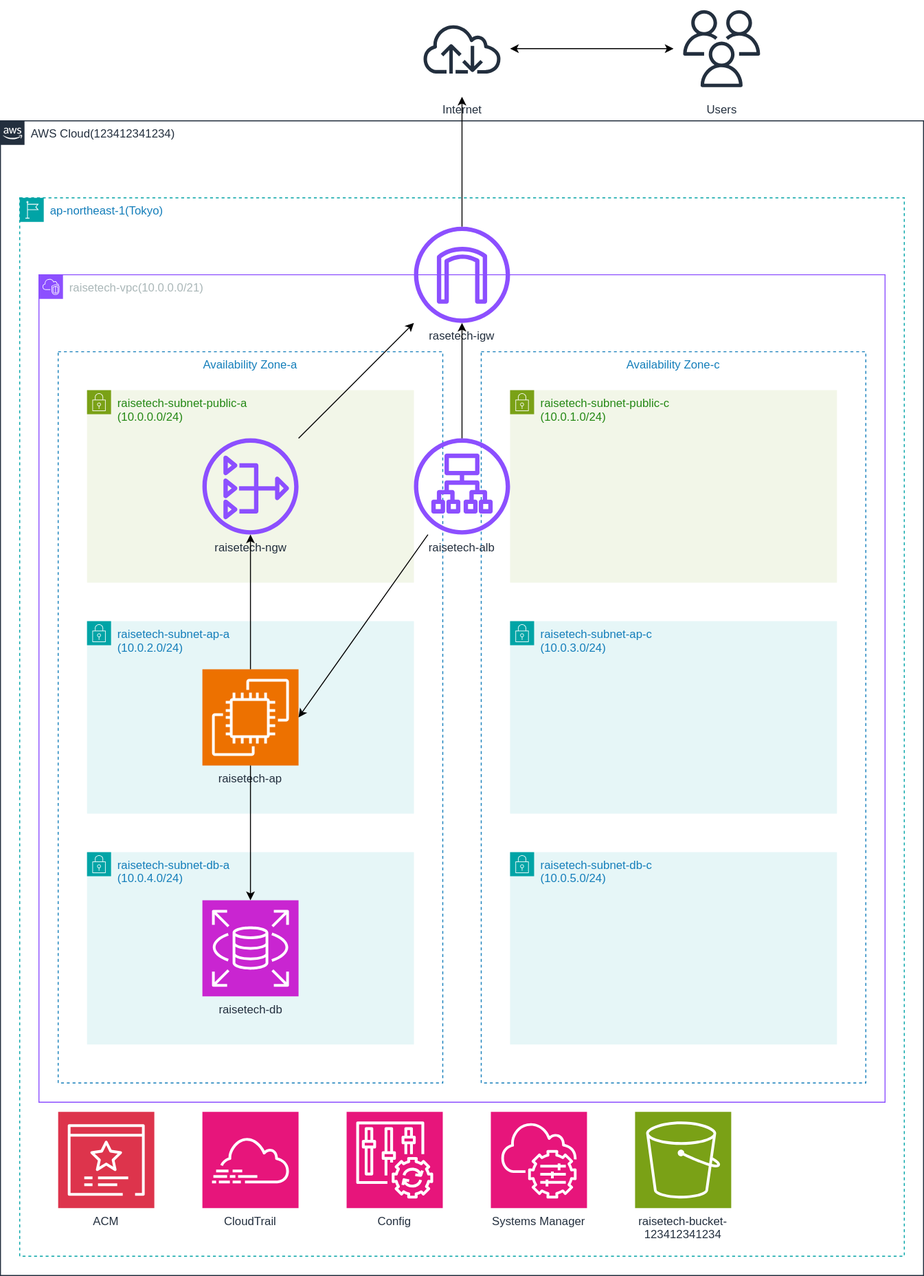
Above: docs/architecture/aws-diagram.svg in saway261/AWS-study (draw.io), before the change. Source tidied: cells renumbered, new cells last; positions are measured from the earlier drawing's top-left corner, leaving out a move shared by most shapes.
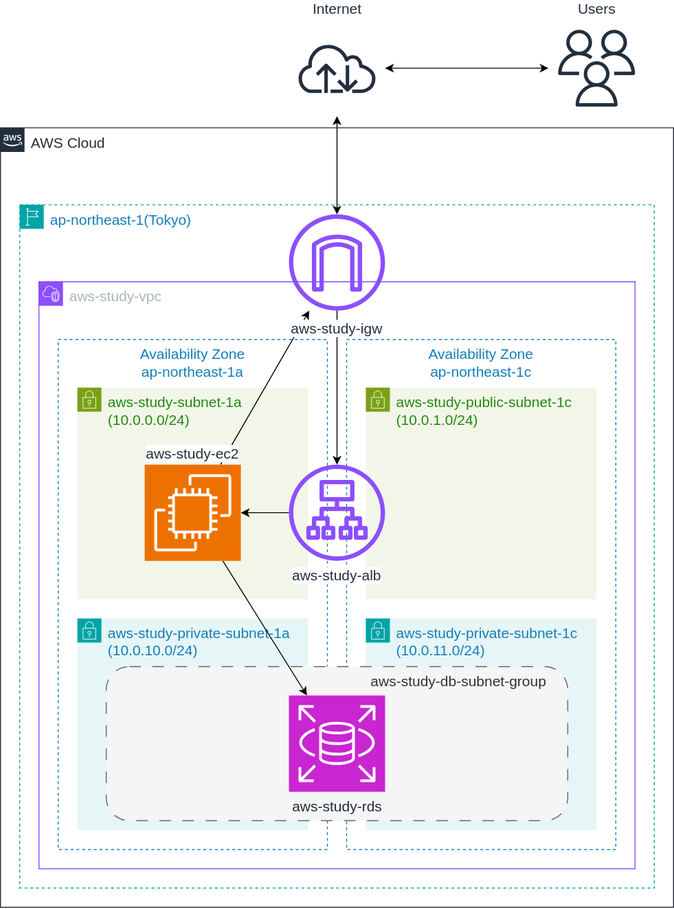
After the commit.

Commit message:
docs: AWS構成図をCloudFormationテンプレートのリソース構成に合わせて変更

The edit, as a diff of the source:
```diff
@@ -2,101 +2,71 @@
   <root>
     <mxCell id="0" />
     <mxCell id="1" parent="0" />
-    <mxCell id="2" value="AWS Cloud(123412341234)" style="gradientColor=none;html=1;whiteSpace=wrap;fontSize=12;fontStyle=0;shape=mxgraph.aws4.group;grIcon=mxgraph.aws4.group_aws_cloud_alt;strokeColor=#232F3E;fillColor=none;verticalAlign=top;align=left;spacingLeft=30;fontColor=#232F3E;dashed=0;" parent="1" vertex="1">
-      <mxGeometry y="125" width="960" height="1200" as="geometry" />
+    <mxCell id="2" value="&lt;font&gt;AWS Cloud&lt;/font&gt;" style="gradientColor=none;html=1;whiteSpace=wrap;fontSize=15;fontStyle=0;shape=mxgraph.aws4.group;grIcon=mxgraph.aws4.group_aws_cloud_alt;strokeColor=#232F3E;fillColor=none;verticalAlign=top;align=left;spacingLeft=30;fontColor=#232F3E;dashed=0;" parent="1" vertex="1">
+      <mxGeometry x="130" y="125" width="700" height="810" as="geometry" />
     </mxCell>
-    <mxCell id="3" value="ap-northeast-1(Tokyo)" style="gradientColor=none;html=1;whiteSpace=wrap;fontSize=12;fontStyle=0;shape=mxgraph.aws4.group;grIcon=mxgraph.aws4.group_region;strokeColor=#00A4A6;fillColor=none;verticalAlign=top;align=left;spacingLeft=30;fontColor=#147EBA;dashed=1;" parent="1" vertex="1">
-      <mxGeometry x="20" y="205" width="920" height="1100" as="geometry" />
+    <mxCell id="3" value="&lt;font&gt;ap-northeast-1(Tokyo)&lt;/font&gt;" style="gradientColor=none;html=1;whiteSpace=wrap;fontSize=15;fontStyle=0;shape=mxgraph.aws4.group;grIcon=mxgraph.aws4.group_region;strokeColor=#00A4A6;fillColor=none;verticalAlign=top;align=left;spacingLeft=30;fontColor=#147EBA;dashed=1;" parent="1" vertex="1">
+      <mxGeometry x="150" y="205" width="660" height="710" as="geometry" />
     </mxCell>
-    <mxCell id="4" value="raisetech-bucket-123412341234" style="sketch=0;fontColor=#232F3E;fillColor=#7AA116;strokeColor=#ffffff;dashed=0;verticalLabelPosition=bottom;verticalAlign=top;align=center;html=1;fontSize=12;fontStyle=0;shape=mxgraph.aws4.resourceIcon;resIcon=mxgraph.aws4.s3;whiteSpace=wrap;" parent="3" vertex="1">
-      <mxGeometry x="640" y="950" width="100" height="100" as="geometry" />
-    </mxCell>
-    <mxCell id="5" value="Systems Manager" style="sketch=0;fontColor=#232F3E;fillColor=#E7157B;strokeColor=#ffffff;dashed=0;verticalLabelPosition=bottom;verticalAlign=top;align=center;html=1;fontSize=12;fontStyle=0;shape=mxgraph.aws4.resourceIcon;resIcon=mxgraph.aws4.systems_manager;whiteSpace=wrap;" parent="3" vertex="1">
-      <mxGeometry x="490" y="950" width="100" height="100" as="geometry" />
-    </mxCell>
-    <mxCell id="6" value="Config" style="sketch=0;fontColor=#232F3E;fillColor=#E7157B;strokeColor=#ffffff;dashed=0;verticalLabelPosition=bottom;verticalAlign=top;align=center;html=1;fontSize=12;fontStyle=0;shape=mxgraph.aws4.resourceIcon;resIcon=mxgraph.aws4.config;whiteSpace=wrap;" parent="3" vertex="1">
-      <mxGeometry x="340" y="950" width="100" height="100" as="geometry" />
-    </mxCell>
-    <mxCell id="7" value="CloudTrail" style="sketch=0;fontColor=#232F3E;fillColor=#E7157B;strokeColor=#ffffff;dashed=0;verticalLabelPosition=bottom;verticalAlign=top;align=center;html=1;fontSize=12;fontStyle=0;shape=mxgraph.aws4.resourceIcon;resIcon=mxgraph.aws4.cloudtrail;whiteSpace=wrap;" parent="3" vertex="1">
-      <mxGeometry x="190" y="950" width="100" height="100" as="geometry" />
-    </mxCell>
-    <mxCell id="8" value="ACM" style="sketch=0;fontColor=#232F3E;fillColor=#DD344C;strokeColor=#ffffff;dashed=0;verticalLabelPosition=bottom;verticalAlign=top;align=center;html=1;fontSize=12;fontStyle=0;shape=mxgraph.aws4.resourceIcon;resIcon=mxgraph.aws4.certificate_manager_3;whiteSpace=wrap;" parent="3" vertex="1">
-      <mxGeometry x="40" y="950" width="100" height="100" as="geometry" />
-    </mxCell>
-    <mxCell id="9" value="raisetech-vpc(10.0.0.0/21)" style="sketch=0;gradientColor=none;html=1;whiteSpace=wrap;fontSize=12;fontStyle=0;shape=mxgraph.aws4.group;grIcon=mxgraph.aws4.group_vpc2;strokeColor=#8C4FFF;fillColor=none;verticalAlign=top;align=left;spacingLeft=30;fontColor=#AAB7B8;dashed=0;" parent="1" vertex="1">
-      <mxGeometry x="40" y="285" width="880" height="860" as="geometry" />
+    <mxCell id="9" value="&lt;font&gt;aws-study-vpc&lt;/font&gt;" style="sketch=0;gradientColor=none;html=1;whiteSpace=wrap;fontSize=15;fontStyle=0;shape=mxgraph.aws4.group;grIcon=mxgraph.aws4.group_vpc2;strokeColor=#8C4FFF;fillColor=none;verticalAlign=top;align=left;spacingLeft=30;fontColor=#AAB7B8;dashed=0;" parent="1" vertex="1">
+      <mxGeometry x="170" y="285" width="620" height="610" as="geometry" />
     </mxCell>
-    <mxCell id="10" style="group;" parent="1" vertex="1">
-      <mxGeometry x="500" y="365" width="400" height="760" as="geometry" />
-    </mxCell>
-    <mxCell id="11" value="Availability Zone-c" style="fillColor=none;strokeColor=#147EBA;dashed=1;verticalAlign=top;fontStyle=0;fontColor=#147EBA;whiteSpace=wrap;html=1;" parent="10" vertex="1">
-      <mxGeometry width="400" height="760" as="geometry" />
+    <mxCell id="11" value="Availability Zone&lt;br&gt;ap-northeast-1c" style="fillColor=none;strokeColor=#147EBA;dashed=1;verticalAlign=top;fontStyle=0;fontColor=#147EBA;whiteSpace=wrap;html=1;fontSize=15;" parent="1" vertex="1">
+      <mxGeometry x="490" y="345" width="280" height="530" as="geometry" />
     </mxCell>
+    <mxCell id="16" value="Availability Zone&lt;br&gt;ap-northeast-1a" style="fillColor=none;strokeColor=#147EBA;dashed=1;verticalAlign=top;fontStyle=0;fontColor=#147EBA;whiteSpace=wrap;html=1;fontSize=15;" parent="1" vertex="1">
+      <mxGeometry x="190" y="345" width="280" height="530" as="geometry" />
+    </mxCell>
-    <mxCell id="12" value="&lt;span style=&quot;color: rgb(36, 136, 20);&quot;&gt;raisetech-subnet-public-c&lt;br&gt;(10.0.1.0/24)&lt;/span&gt;" style="gradientColor=none;html=1;whiteSpace=wrap;fontSize=12;fontStyle=0;shape=mxgraph.aws4.group;grIcon=mxgraph.aws4.group_security_group;grStroke=0;strokeColor=#7AA116;fillColor=#F2F6E8;verticalAlign=top;align=left;spacingLeft=30;fontColor=#248814;dashed=0;" parent="10" vertex="1">
-      <mxGeometry x="30" y="40" width="340" height="200" as="geometry" />
+    <mxCell id="12" value="&lt;span style=&quot;color: rgb(36, 136, 20);&quot;&gt;&lt;span style=&quot;color: rgb(36, 136, 20);&quot;&gt;aws-study-public-subnet-1c&lt;/span&gt;&lt;br&gt;(10.0.1.0/24)&lt;/span&gt;" style="gradientColor=none;html=1;whiteSpace=wrap;fontSize=15;fontStyle=0;shape=mxgraph.aws4.group;grIcon=mxgraph.aws4.group_security_group;grStroke=0;strokeColor=#7AA116;fillColor=#F2F6E8;verticalAlign=top;align=left;spacingLeft=30;fontColor=#248814;dashed=0;" parent="1" vertex="1">
+      <mxGeometry x="510" y="395" width="240" height="220" as="geometry" />
     </mxCell>
-    <mxCell id="13" value="&lt;span style=&quot;color: rgb(20, 126, 186);&quot;&gt;raisetech-subnet-ap-c&lt;br&gt;(10.0.3.0/24)&lt;/span&gt;" style="gradientColor=none;html=1;whiteSpace=wrap;fontSize=12;fontStyle=0;shape=mxgraph.aws4.group;grIcon=mxgraph.aws4.group_security_group;grStroke=0;strokeColor=#00A4A6;fillColor=#E6F6F7;verticalAlign=top;align=left;spacingLeft=30;fontColor=#147EBA;dashed=0;" parent="10" vertex="1">
-      <mxGeometry x="30" y="280" width="340" height="200" as="geometry" />
-    </mxCell>
-    <mxCell id="14" value="&lt;span style=&quot;color: rgb(20, 126, 186);&quot;&gt;raisetech-subnet-db-c&lt;br&gt;(10.0.5.0/24)&lt;/span&gt;" style="gradientColor=none;html=1;whiteSpace=wrap;fontSize=12;fontStyle=0;shape=mxgraph.aws4.group;grIcon=mxgraph.aws4.group_security_group;grStroke=0;strokeColor=#00A4A6;fillColor=#E6F6F7;verticalAlign=top;align=left;spacingLeft=30;fontColor=#147EBA;dashed=0;" parent="10" vertex="1">
-      <mxGeometry x="30" y="520" width="340" height="200" as="geometry" />
-    </mxCell>
-    <mxCell id="15" style="group;" parent="1" vertex="1">
-      <mxGeometry x="60" y="365" width="400" height="760" as="geometry" />
-    </mxCell>
-    <mxCell id="16" value="Availability Zone-a" style="fillColor=none;strokeColor=#147EBA;dashed=1;verticalAlign=top;fontStyle=0;fontColor=#147EBA;whiteSpace=wrap;html=1;" parent="15" vertex="1">
-      <mxGeometry width="400" height="760" as="geometry" />
-    </mxCell>
-    <mxCell id="17" value="raisetech-subnet-ap-a&lt;br&gt;(10.0.2.0/24)" style="gradientColor=none;html=1;whiteSpace=wrap;fontSize=12;fontStyle=0;shape=mxgraph.aws4.group;grIcon=mxgraph.aws4.group_security_group;grStroke=0;strokeColor=#00A4A6;fillColor=#E6F6F7;verticalAlign=top;align=left;spacingLeft=30;fontColor=#147EBA;dashed=0;" parent="15" vertex="1">
-      <mxGeometry x="30" y="280" width="340" height="200" as="geometry" />
-    </mxCell>
-    <mxCell id="18" value="&lt;span style=&quot;color: rgb(20, 126, 186);&quot;&gt;raisetech-subnet-db-a&lt;br&gt;(10.0.4.0/24)&lt;/span&gt;" style="gradientColor=none;html=1;whiteSpace=wrap;fontSize=12;fontStyle=0;shape=mxgraph.aws4.group;grIcon=mxgraph.aws4.group_security_group;grStroke=0;strokeColor=#00A4A6;fillColor=#E6F6F7;verticalAlign=top;align=left;spacingLeft=30;fontColor=#147EBA;dashed=0;" parent="15" vertex="1">
-      <mxGeometry x="30" y="520" width="340" height="200" as="geometry" />
-    </mxCell>
-    <mxCell id="19" value="raisetech-subnet-public-a&lt;br&gt;(10.0.0.0/24)" style="gradientColor=none;html=1;whiteSpace=wrap;fontSize=12;fontStyle=0;shape=mxgraph.aws4.group;grIcon=mxgraph.aws4.group_security_group;grStroke=0;strokeColor=#7AA116;fillColor=#F2F6E8;verticalAlign=top;align=left;spacingLeft=30;fontColor=#248814;dashed=0;" parent="15" vertex="1">
-      <mxGeometry x="30" y="40" width="340" height="200" as="geometry" />
+    <mxCell id="19" value="aws-study-subnet-1a&lt;br&gt;(10.0.0.0/24)" style="gradientColor=none;html=1;whiteSpace=wrap;fontSize=15;fontStyle=0;shape=mxgraph.aws4.group;grIcon=mxgraph.aws4.group_security_group;grStroke=0;strokeColor=#7AA116;fillColor=#F2F6E8;verticalAlign=top;align=left;spacingLeft=30;fontColor=#248814;dashed=0;" parent="1" vertex="1">
+      <mxGeometry x="210" y="395" width="240" height="220" as="geometry" />
     </mxCell>
+    <mxCell id="25" value="&lt;font style=&quot;font-size: 15px;&quot;&gt;aws-study-alb&lt;/font&gt;" style="sketch=0;outlineConnect=0;fontColor=#232F3E;gradientColor=none;fillColor=#8C4FFF;strokeColor=none;dashed=0;verticalLabelPosition=bottom;verticalAlign=top;align=center;html=1;fontSize=12;fontStyle=0;shape=mxgraph.aws4.application_load_balancer;whiteSpace=wrap;labelBackgroundColor=default;" parent="1" vertex="1">
+      <mxGeometry x="430" y="475" width="100" height="100" as="geometry" />
+    </mxCell>
+    <mxCell id="34" value="aws-study-private-subnet-1a&lt;br&gt;(10.0.10.0/24)" style="gradientColor=none;html=1;whiteSpace=wrap;fontSize=15;fontStyle=0;shape=mxgraph.aws4.group;grIcon=mxgraph.aws4.group_security_group;grStroke=0;strokeColor=#00A4A6;fillColor=#E6F6F7;verticalAlign=top;align=left;spacingLeft=30;fontColor=#147EBA;dashed=0;" parent="1" vertex="1">
+      <mxGeometry x="210" y="635" width="240" height="220" as="geometry" />
+    </mxCell>
+    <mxCell id="35" value="aws-study-private-subnet-1c&lt;br&gt;(10.0.11.0/24)" style="gradientColor=none;html=1;whiteSpace=wrap;fontSize=15;fontStyle=0;shape=mxgraph.aws4.group;grIcon=mxgraph.aws4.group_security_group;grStroke=0;strokeColor=#00A4A6;fillColor=#E6F6F7;verticalAlign=top;align=left;spacingLeft=30;fontColor=#147EBA;dashed=0;" parent="1" vertex="1">
+      <mxGeometry x="510" y="635" width="240" height="220" as="geometry" />
+    </mxCell>
+    <mxCell id="36" value="aws-study-db-subnet-group" style="rounded=1;whiteSpace=wrap;html=1;verticalAlign=top;fillColor=#f5f5f5;strokeColor=#666666;fontColor=#333333;align=right;horizontal=1;labelPosition=center;verticalLabelPosition=middle;spacingLeft=0;fontSize=15;dashed=1;dashPattern=12 12;spacingRight=20;" parent="1" vertex="1">
+      <mxGeometry x="240" y="685" width="480" height="160" as="geometry" />
+    </mxCell>
-    <mxCell id="20" value="raisetech-db" style="sketch=0;points=[[0,0,0],[0.25,0,0],[0.5,0,0],[0.75,0,0],[1,0,0],[0,1,0],[0.25,1,0],[0.5,1,0],[0.75,1,0],[1,1,0],[0,0.25,0],[0,0.5,0],[0,0.75,0],[1,0.25,0],[1,0.5,0],[1,0.75,0]];outlineConnect=0;fontColor=#232F3E;fillColor=#C925D1;strokeColor=#ffffff;dashed=0;verticalLabelPosition=bottom;verticalAlign=top;align=center;html=1;fontSize=12;fontStyle=0;shape=mxgraph.aws4.resourceIcon;resIcon=mxgraph.aws4.rds;" parent="15" vertex="1">
-      <mxGeometry x="150" y="570" width="100" height="100" as="geometry" />
+    <mxCell id="20" value="aws-study-rds" style="sketch=0;points=[[0,0,0],[0.25,0,0],[0.5,0,0],[0.75,0,0],[1,0,0],[0,1,0],[0.25,1,0],[0.5,1,0],[0.75,1,0],[1,1,0],[0,0.25,0],[0,0.5,0],[0,0.75,0],[1,0.25,0],[1,0.5,0],[1,0.75,0]];outlineConnect=0;fontColor=#232F3E;fillColor=#C925D1;strokeColor=#ffffff;dashed=0;verticalLabelPosition=bottom;verticalAlign=top;align=center;html=1;fontSize=15;fontStyle=0;shape=mxgraph.aws4.resourceIcon;resIcon=mxgraph.aws4.rds;" parent="1" vertex="1">
+      <mxGeometry x="430" y="715" width="100" height="100" as="geometry" />
     </mxCell>
+    <mxCell id="28" value="&lt;font style=&quot;font-size: 15px;&quot;&gt;Users&lt;/font&gt;" style="sketch=0;outlineConnect=0;fontColor=#232F3E;gradientColor=none;strokeColor=#232F3E;fillColor=#ffffff;dashed=0;verticalLabelPosition=top;verticalAlign=bottom;align=center;html=1;fontSize=12;fontStyle=0;shape=mxgraph.aws4.resourceIcon;resIcon=mxgraph.aws4.users;labelPosition=center;" parent="1" vertex="1">
+      <mxGeometry x="700" y="13" width="100" height="100" as="geometry" />
+    </mxCell>
+    <mxCell id="29" style="endArrow=classic;startArrow=classic;html=1;" parent="1" edge="1" source="27" target="28">
+      <mxGeometry relative="1" as="geometry" />
+    </mxCell>
+    <mxCell id="31" style="endArrow=classic;html=1;" parent="1" edge="1" source="26" target="25">
+      <mxGeometry relative="1" as="geometry" />
+    </mxCell>
+    <mxCell id="32" style="endArrow=classic;html=1;entryX=1;entryY=0.5;entryDx=0;entryDy=0;entryPerimeter=0;" parent="1" edge="1" source="25" target="21">
+      <mxGeometry relative="1" as="geometry" />
+    </mxCell>
+    <mxCell id="22" style="edgeStyle=none;html=1;" parent="1" edge="1" source="21" target="20">
+      <mxGeometry relative="1" as="geometry" />
+    </mxCell>
+    <mxCell id="37" style="endArrow=classic;html=1;" parent="1" edge="1" source="21" target="26">
+      <mxGeometry relative="1" as="geometry" />
+    </mxCell>
-    <mxCell id="21" value="raisetech-ap" style="sketch=0;points=[[0,0,0],[0.25,0,0],[0.5,0,0],[0.75,0,0],[1,0,0],[0,1,0],[0.25,1,0],[0.5,1,0],[0.75,1,0],[1,1,0],[0,0.25,0],[0,0.5,0],[0,0.75,0],[1,0.25,0],[1,0.5,0],[1,0.75,0]];outlineConnect=0;fontColor=#232F3E;fillColor=#ED7100;strokeColor=#ffffff;dashed=0;verticalLabelPosition=bottom;verticalAlign=top;align=center;html=1;fontSize=12;fontStyle=0;shape=mxgraph.aws4.resourceIcon;resIcon=mxgraph.aws4.ec2;whiteSpace=wrap;" parent="15" vertex="1">
-      <mxGeometry x="150" y="330" width="100" height="100" as="geometry" />
+    <mxCell id="21" value="aws-study-ec2" style="sketch=0;points=[[0,0,0],[0.25,0,0],[0.5,0,0],[0.75,0,0],[1,0,0],[0,1,0],[0.25,1,0],[0.5,1,0],[0.75,1,0],[1,1,0],[0,0.25,0],[0,0.5,0],[0,0.75,0],[1,0.25,0],[1,0.5,0],[1,0.75,0]];outlineConnect=0;fontColor=#232F3E;fillColor=#ED7100;strokeColor=#ffffff;dashed=0;verticalLabelPosition=top;verticalAlign=bottom;align=center;html=1;fontSize=15;fontStyle=0;shape=mxgraph.aws4.resourceIcon;resIcon=mxgraph.aws4.ec2;whiteSpace=wrap;horizontal=1;labelPosition=center;labelBackgroundColor=default;" parent="1" vertex="1">
+      <mxGeometry x="280" y="475" width="100" height="100" as="geometry" />
     </mxCell>
-    <mxCell id="22" style="endArrow=classic;html=1;" parent="15" edge="1" source="21" target="20">
-      <mxGeometry relative="1" as="geometry" />
-    </mxCell>
-    <mxCell id="23" value="raisetech-ngw" style="sketch=0;outlineConnect=0;fontColor=#232F3E;gradientColor=none;fillColor=#8C4FFF;strokeColor=none;dashed=0;verticalLabelPosition=bottom;verticalAlign=top;align=center;html=1;fontSize=12;fontStyle=0;shape=mxgraph.aws4.nat_gateway;" parent="15" vertex="1">
-      <mxGeometry x="150" y="90" width="100" height="100" as="geometry" />
-    </mxCell>
-    <mxCell id="24" style="endArrow=classic;html=1;" parent="15" edge="1" source="21" target="23">
-      <mxGeometry relative="1" as="geometry" />
-    </mxCell>
-    <mxCell id="25" value="raisetech-alb" style="sketch=0;outlineConnect=0;fontColor=#232F3E;gradientColor=none;fillColor=#8C4FFF;strokeColor=none;dashed=0;verticalLabelPosition=bottom;verticalAlign=top;align=center;html=1;fontSize=12;fontStyle=0;shape=mxgraph.aws4.application_load_balancer;whiteSpace=wrap;" parent="1" vertex="1">
-      <mxGeometry x="430" y="455" width="100" height="100" as="geometry" />
-    </mxCell>
-    <mxCell id="26" value="rasetech-igw" style="sketch=0;outlineConnect=0;fontColor=#232F3E;gradientColor=none;fillColor=#8C4FFF;strokeColor=none;dashed=0;verticalLabelPosition=bottom;verticalAlign=top;align=center;html=1;fontSize=12;fontStyle=0;shape=mxgraph.aws4.internet_gateway;whiteSpace=wrap;" parent="1" vertex="1">
-      <mxGeometry x="430" y="235" width="100" height="100" as="geometry" />
+    <mxCell id="26" value="&lt;font style=&quot;font-size: 15px; background-color: light-dark(#ffffff, var(--ge-dark-color, #121212));&quot;&gt;aws-study-igw&lt;/font&gt;" style="sketch=0;outlineConnect=0;fontColor=#232F3E;gradientColor=none;fillColor=#8C4FFF;strokeColor=none;dashed=0;verticalLabelPosition=bottom;verticalAlign=top;align=center;html=1;fontSize=12;fontStyle=0;shape=mxgraph.aws4.internet_gateway;whiteSpace=wrap;labelPosition=center;labelBackgroundColor=default;spacingTop=3;" parent="1" vertex="1">
+      <mxGeometry x="430" y="215" width="100" height="100" as="geometry" />
     </mxCell>
-    <mxCell id="27" value="Internet" style="sketch=0;outlineConnect=0;fontColor=#232F3E;gradientColor=none;strokeColor=#232F3E;fillColor=#ffffff;dashed=0;verticalLabelPosition=bottom;verticalAlign=top;align=center;html=1;fontSize=12;fontStyle=0;shape=mxgraph.aws4.resourceIcon;resIcon=mxgraph.aws4.internet;" parent="1" vertex="1">
-      <mxGeometry x="430" width="100" height="100" as="geometry" />
+    <mxCell id="27" value="&lt;font style=&quot;font-size: 15px;&quot;&gt;Internet&lt;/font&gt;" style="sketch=0;outlineConnect=0;fontColor=#232F3E;gradientColor=none;strokeColor=#232F3E;fillColor=#ffffff;dashed=0;verticalLabelPosition=top;verticalAlign=bottom;align=center;html=1;fontSize=12;fontStyle=0;shape=mxgraph.aws4.resourceIcon;resIcon=mxgraph.aws4.internet;labelBackgroundColor=none;labelPosition=center;" parent="1" vertex="1">
+      <mxGeometry x="430" y="13" width="100" height="100" as="geometry" />
     </mxCell>
-    <mxCell id="28" value="Users" style="sketch=0;outlineConnect=0;fontColor=#232F3E;gradientColor=none;strokeColor=#232F3E;fillColor=#ffffff;dashed=0;verticalLabelPosition=bottom;verticalAlign=top;align=center;html=1;fontSize=12;fontStyle=0;shape=mxgraph.aws4.resourceIcon;resIcon=mxgraph.aws4.users;" parent="1" vertex="1">
-      <mxGeometry x="700" width="100" height="100" as="geometry" />
-    </mxCell>
-    <mxCell id="29" style="endArrow=classic;startArrow=classic;html=1;" parent="1" edge="1" source="27" target="28">
-      <mxGeometry relative="1" as="geometry" />
-    </mxCell>
-    <mxCell id="30" style="endArrow=classic;html=1;" parent="1" edge="1" source="26" target="27">
+    <mxCell id="30" style="endArrow=classic;startArrow=classic;html=1;" parent="1" edge="1" source="26" target="27">
       <mxGeometry relative="1" as="geometry" />
     </mxCell>
-    <mxCell id="31" style="endArrow=classic;html=1;" parent="1" edge="1" source="25" target="26">
-      <mxGeometry relative="1" as="geometry" />
-    </mxCell>
-    <mxCell id="32" style="endArrow=classic;html=1;entryX=1;entryY=0.5;entryDx=0;entryDy=0;entryPerimeter=0;" parent="1" edge="1" source="25" target="21">
-      <mxGeometry relative="1" as="geometry" />
-    </mxCell>
-    <mxCell id="33" style="endArrow=classic;html=1;" parent="1" edge="1" source="23" target="26">
-      <mxGeometry relative="1" as="geometry" />
-    </mxCell>
   </root>
 </mxGraphModel>
```
